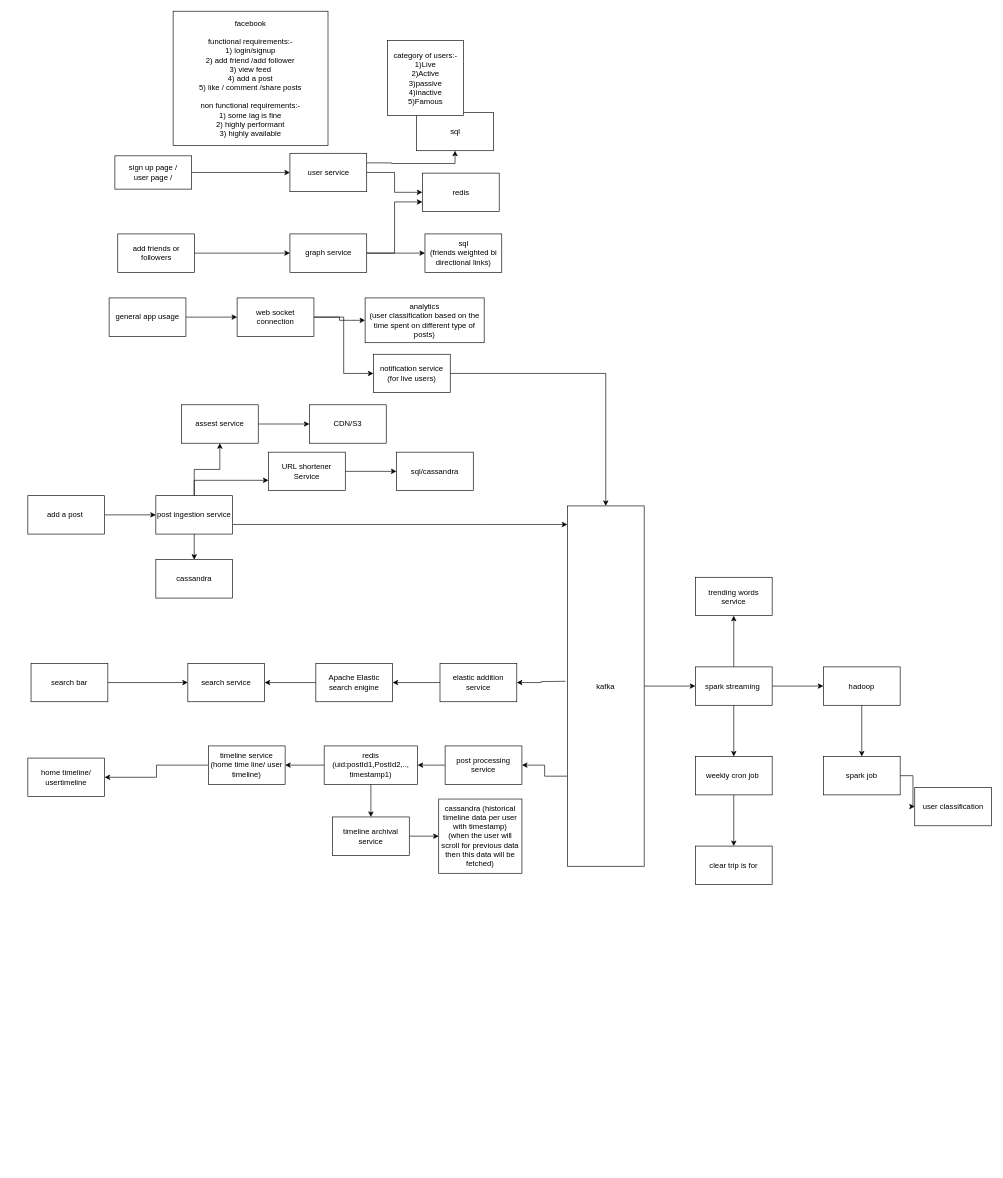
This is page "facebook/instagram" (9 of 9) of youtubeHLDPractice.drawio from DMohanty99/HLD, a draw.io file, before an edit. Source tidied: cells renumbered, new cells numbered last; positions are measured from the earlier drawing's top-left corner, leaving out a move shared by most shapes. Both pictures are drawn from the tidied source at 64%, with x=0, y=0 at pixel (28, 11).
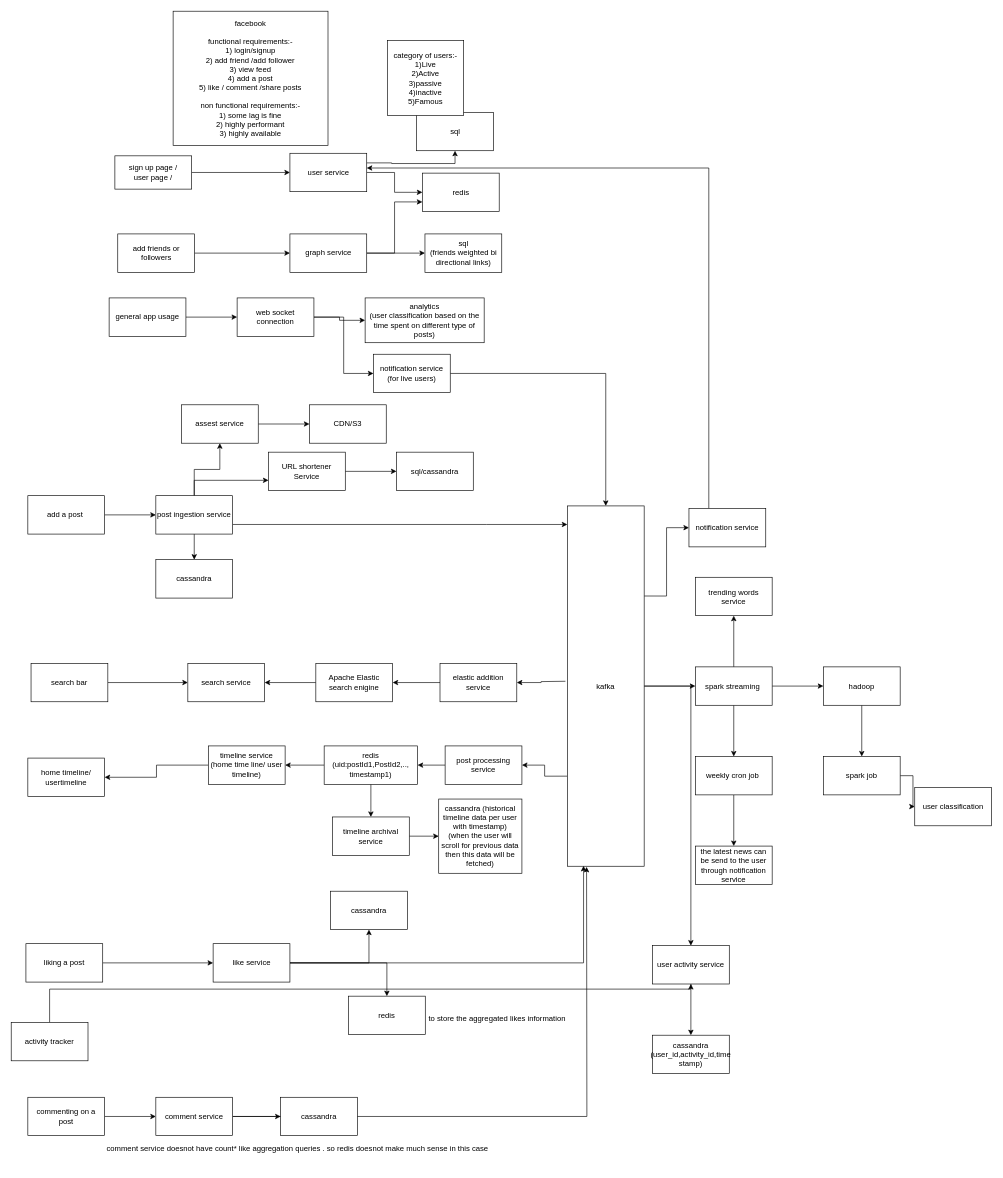
Above is the later version.

Unchanged cells that the change refers to:
```xml
<mxCell id="5" value="user service" style="whiteSpace=wrap;html=1;" parent="1" vertex="1">
  <mxGeometry x="409.5" y="222" width="120" height="60" as="geometry" />
</mxCell>
<mxCell id="33" value="kafka" style="whiteSpace=wrap;html=1;" parent="1" vertex="1">
  <mxGeometry x="843" y="773" width="120" height="563" as="geometry" />
</mxCell>
```

What changed in the source:
```diff
@@
+    <mxCell id="74" style="edgeStyle=orthogonalEdgeStyle;rounded=0;jettySize=auto;html=1;exitX=1;exitY=0.25;exitDx=0;exitDy=0;" parent="1" edge="1" source="33" target="77">
+      <mxGeometry relative="1" as="geometry" />
+    </mxCell>
+    <mxCell id="75" style="edgeStyle=orthogonalEdgeStyle;rounded=0;jettySize=auto;html=1;" parent="1" edge="1" source="33" target="93">
+      <mxGeometry relative="1" as="geometry" />
+    </mxCell>
@@
-    <mxCell id="73" value="clear trip is for" style="whiteSpace=wrap;html=1;" parent="1" vertex="1">
+    <mxCell id="73" value="the latest news can be send to the user through notification service" style="whiteSpace=wrap;html=1;" parent="1" vertex="1">
       <mxGeometry x="1043" y="1304.5" width="120" height="60" as="geometry" />
     </mxCell>
+    <mxCell id="76" style="edgeStyle=orthogonalEdgeStyle;rounded=0;jettySize=auto;html=1;" parent="1" edge="1" source="77" target="5">
+      <mxGeometry relative="1" as="geometry">
+        <Array as="points">
+          <mxPoint x="1064" y="245" />
+        </Array>
+      </mxGeometry>
+    </mxCell>
+    <mxCell id="77" value="notification service" style="whiteSpace=wrap;html=1;" parent="1" vertex="1">
+      <mxGeometry x="1033" y="777" width="120" height="60" as="geometry" />
+    </mxCell>
+    <mxCell id="78" style="edgeStyle=orthogonalEdgeStyle;rounded=0;jettySize=auto;html=1;" parent="1" edge="1" source="79" target="83">
+      <mxGeometry relative="1" as="geometry" />
+    </mxCell>
+    <mxCell id="79" value="liking a post" style="whiteSpace=wrap;html=1;" parent="1" vertex="1">
+      <mxGeometry x="-3" y="1457" width="120" height="60" as="geometry" />
+    </mxCell>
+    <mxCell id="80" style="edgeStyle=orthogonalEdgeStyle;rounded=0;jettySize=auto;html=1;" parent="1" edge="1" source="83" target="84">
+      <mxGeometry relative="1" as="geometry" />
+    </mxCell>
+    <mxCell id="81" style="edgeStyle=orthogonalEdgeStyle;rounded=0;jettySize=auto;html=1;" parent="1" edge="1" source="83" target="85">
+      <mxGeometry relative="1" as="geometry" />
+    </mxCell>
+    <mxCell id="82" style="edgeStyle=orthogonalEdgeStyle;rounded=0;jettySize=auto;html=1;entryX=0.211;entryY=0.999;entryDx=0;entryDy=0;entryPerimeter=0;" parent="1" edge="1" source="83" target="33">
+      <mxGeometry relative="1" as="geometry" />
+    </mxCell>
+    <mxCell id="83" value="like service" style="whiteSpace=wrap;html=1;" parent="1" vertex="1">
+      <mxGeometry x="289.5" y="1457" width="120" height="60" as="geometry" />
+    </mxCell>
+    <mxCell id="84" value="cassandra" style="whiteSpace=wrap;html=1;" parent="1" vertex="1">
+      <mxGeometry x="473" y="1375" width="120" height="60" as="geometry" />
+    </mxCell>
+    <mxCell id="85" value="redis" style="whiteSpace=wrap;html=1;" parent="1" vertex="1">
+      <mxGeometry x="501" y="1539" width="120" height="60" as="geometry" />
+    </mxCell>
+    <mxCell id="86" style="edgeStyle=orthogonalEdgeStyle;rounded=0;jettySize=auto;html=1;" parent="1" edge="1" source="87" target="90">
+      <mxGeometry relative="1" as="geometry" />
+    </mxCell>
+    <mxCell id="87" value="commenting on a post" style="rounded=0;whiteSpace=wrap;html=1;" parent="1" vertex="1">
+      <mxGeometry y="1697" width="120" height="60" as="geometry" />
+    </mxCell>
+    <mxCell id="88" style="edgeStyle=orthogonalEdgeStyle;rounded=0;jettySize=auto;html=1;" parent="1" edge="1" source="90" target="91">
+      <mxGeometry relative="1" as="geometry" />
+    </mxCell>
+    <mxCell id="89" style="edgeStyle=orthogonalEdgeStyle;rounded=0;jettySize=auto;html=1;" parent="1" edge="1" source="90">
+      <mxGeometry relative="1" as="geometry">
+        <mxPoint x="873" y="1337" as="targetPoint" />
+      </mxGeometry>
+    </mxCell>
+    <mxCell id="90" value="comment service" style="whiteSpace=wrap;html=1;rounded=0;" parent="1" vertex="1">
+      <mxGeometry x="200" y="1697" width="120" height="60" as="geometry" />
+    </mxCell>
+    <mxCell id="91" value="cassandra" style="whiteSpace=wrap;html=1;rounded=0;" parent="1" vertex="1">
+      <mxGeometry x="395" y="1697" width="120" height="60" as="geometry" />
+    </mxCell>
+    <mxCell id="92" style="edgeStyle=orthogonalEdgeStyle;rounded=0;jettySize=auto;html=1;" parent="1" edge="1" source="93" target="94">
+      <mxGeometry relative="1" as="geometry" />
+    </mxCell>
+    <mxCell id="93" value="user activity service" style="whiteSpace=wrap;html=1;" parent="1" vertex="1">
+      <mxGeometry x="976" y="1460" width="120" height="60" as="geometry" />
+    </mxCell>
+    <mxCell id="94" value="cassandra&lt;div&gt;(user_id,activity_id,time stamp)&lt;/div&gt;" style="whiteSpace=wrap;html=1;" parent="1" vertex="1">
+      <mxGeometry x="976" y="1600" width="120" height="60" as="geometry" />
+    </mxCell>
+    <mxCell id="95" value="to store the aggregated likes information" style="text;html=1;align=center;verticalAlign=middle;strokeColor=none;fillColor=none;" parent="1" vertex="1">
+      <mxGeometry x="616.5" y="1562" width="232" height="26" as="geometry" />
+    </mxCell>
+    <mxCell id="96" style="edgeStyle=orthogonalEdgeStyle;rounded=0;jettySize=auto;html=1;" parent="1" edge="1" source="97" target="93">
+      <mxGeometry relative="1" as="geometry">
+        <Array as="points">
+          <mxPoint x="34" y="1528" />
+          <mxPoint x="1036" y="1528" />
+        </Array>
+      </mxGeometry>
+    </mxCell>
+    <mxCell id="97" value="activity tracker" style="whiteSpace=wrap;html=1;" parent="1" vertex="1">
+      <mxGeometry x="-26" y="1580" width="120" height="60" as="geometry" />
+    </mxCell>
+    <mxCell id="98" value="comment service doesnot have count* like aggregation queries . so redis doesnot make much sense in this case&lt;div&gt;&lt;br&gt;&lt;/div&gt;" style="text;html=1;align=center;verticalAlign=middle;strokeColor=none;fillColor=none;" parent="1" vertex="1">
+      <mxGeometry x="114" y="1764" width="614" height="41" as="geometry" />
+    </mxCell>
```
